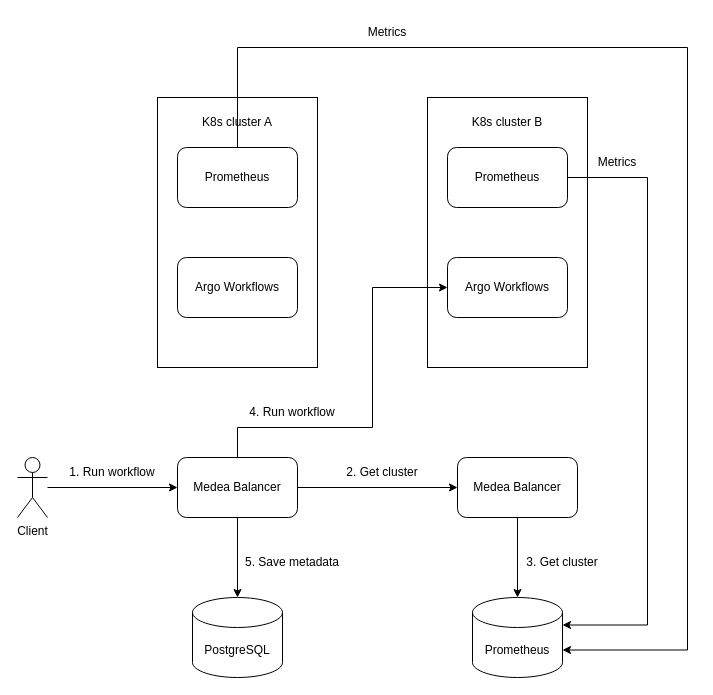
ravencropht/medea keeps this draw.io diagram as docs/diagram.drawio. Above is the earlier version. Source tidied: cells renumbered, new cells numbered last; positions are measured from the earlier drawing's top-left corner, leaving out a move shared by most shapes. Both pictures are drawn from the tidied source at 100%, with x=0, y=0 at pixel (17, 17).
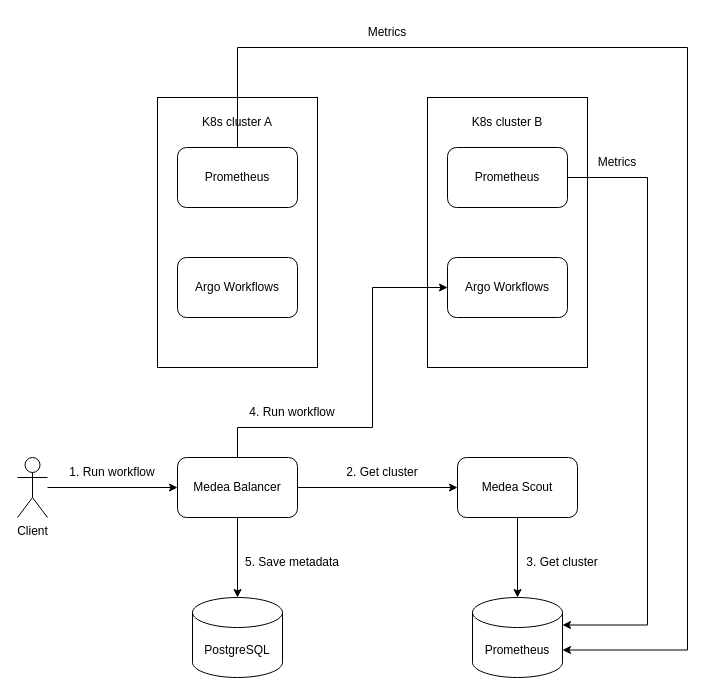
The same page after the edit.

The edit, as a diff of the source:
```diff
@@
-    <mxCell id="14" value="Medea Balancer" style="rounded=1;whiteSpace=wrap;html=1;" parent="1" vertex="1">
+    <mxCell id="14" value="Medea Scout" style="rounded=1;whiteSpace=wrap;html=1;" parent="1" vertex="1">
       <mxGeometry x="440" y="440" width="120" height="60" as="geometry" />
     </mxCell>
```
